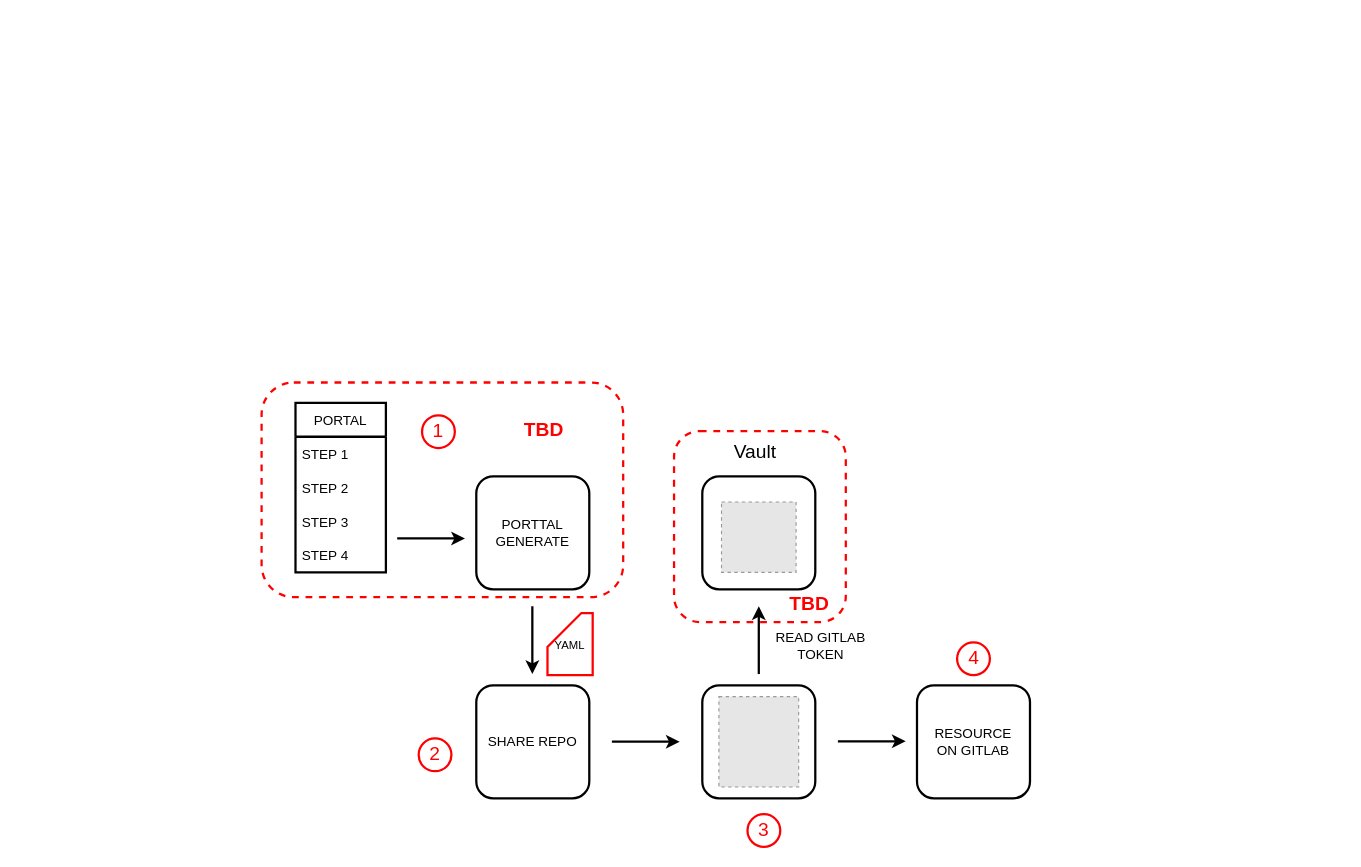
Above: gitlab-auto-resource.drawio in quanhk711/dev-test- (draw.io), before the change. Source tidied: cells renumbered, new cells numbered last; positions are measured from the earlier drawing's top-left corner, leaving out a move shared by most shapes. Both pictures are drawn from the tidied source at 113%, with x=0, y=0 at pixel (261, 382). Pictures stored in the file or linked from it are replaced by grey dashed boxes.
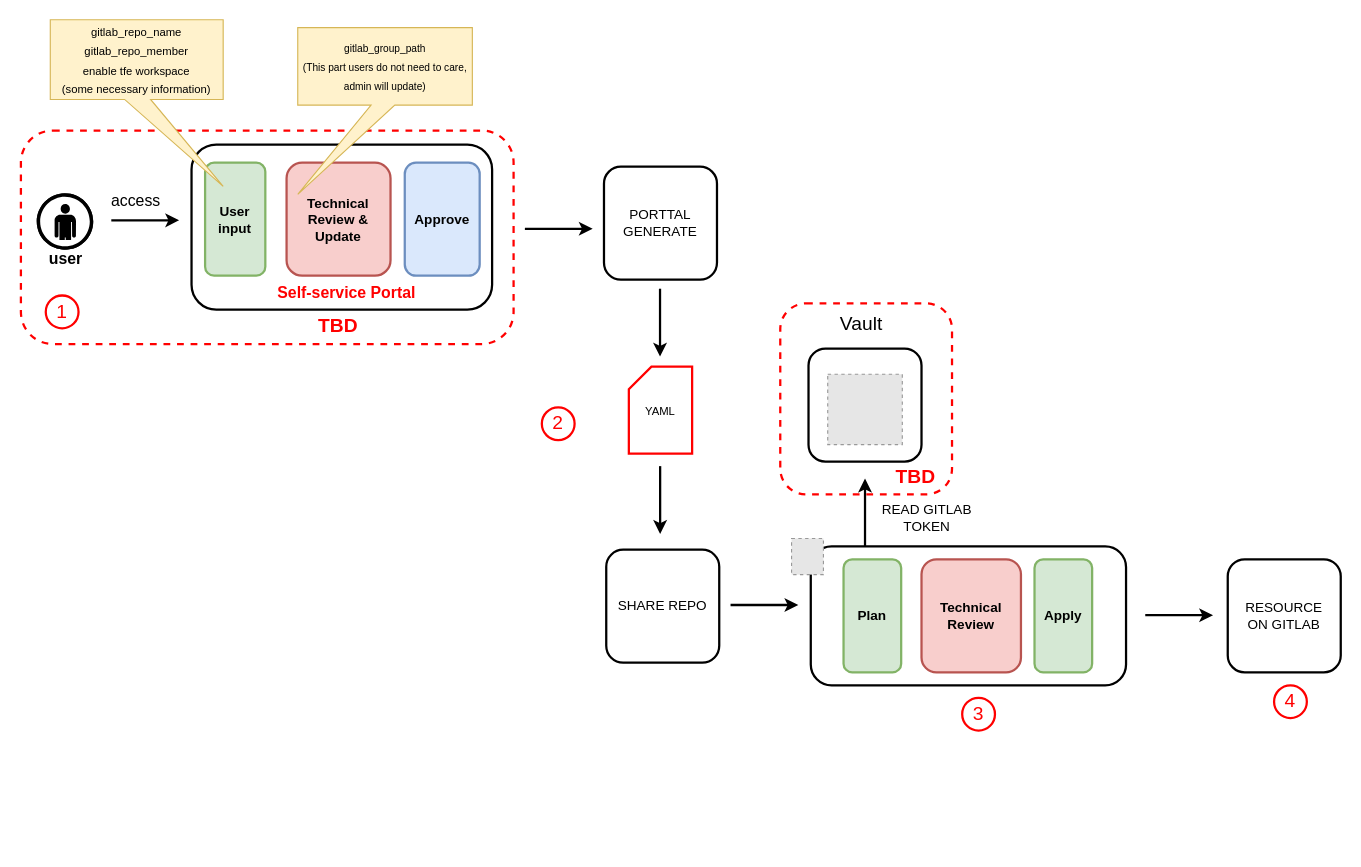
Above is the later version.

Commit message:
Cập nhật gitlab-auto-resource.drawio

Diff of the diagram source:
```diff
@@
+    <mxCell id="20" style="rounded=1;whiteSpace=wrap;html=1;dashed=1;strokeColor=#FF0000;strokeWidth=2;fillColor=none;" parent="1" vertex="1">
+      <mxGeometry x="-213" y="-223" width="436" height="189" as="geometry" />
+    </mxCell>
     <mxCell id="2" style="rounded=1;whiteSpace=wrap;html=1;strokeWidth=2;" parent="1" vertex="1">
-      <mxGeometry x="390" y="83" width="100" height="100" as="geometry" />
+      <mxGeometry x="484" y="-30" width="100" height="100" as="geometry" />
     </mxCell>
-    <mxCell id="3" value="PORTAL" style="swimlane;fontStyle=0;horizontal=1;startSize=30;strokeWidth=2;" parent="1" vertex="1">
-      <mxGeometry x="30" y="18" width="80" height="150" as="geometry" />
-    </mxCell>
-    <mxCell id="4" value="STEP 1" style="text;strokeColor=none;fillColor=none;align=left;verticalAlign=middle;spacingLeft=4;spacingRight=4;overflow=hidden;" parent="3" vertex="1">
-      <mxGeometry y="30" width="80" height="30" as="geometry" />
-    </mxCell>
-    <mxCell id="5" value="STEP 2" style="text;strokeColor=none;fillColor=none;align=left;verticalAlign=middle;spacingLeft=4;spacingRight=4;overflow=hidden;" parent="3" vertex="1">
-      <mxGeometry y="60" width="80" height="30" as="geometry" />
-    </mxCell>
-    <mxCell id="6" value="STEP 3" style="text;strokeColor=none;fillColor=none;align=left;verticalAlign=middle;spacingLeft=4;spacingRight=4;overflow=hidden;" parent="3" vertex="1">
-      <mxGeometry y="90" width="80" height="30" as="geometry" />
-    </mxCell>
-    <mxCell id="7" value="STEP 4" style="text;strokeColor=none;fillColor=none;align=left;verticalAlign=middle;spacingLeft=4;spacingRight=4;overflow=hidden;" parent="3" vertex="1">
-      <mxGeometry y="120" width="80" height="30" as="geometry" />
-    </mxCell>
-    <mxCell id="8" style="group;" parent="1" vertex="1">
-      <mxGeometry x="390" y="268" width="100" height="100" as="geometry" />
-    </mxCell>
-    <mxCell id="9" style="rounded=1;whiteSpace=wrap;html=1;strokeWidth=2;" parent="8" vertex="1">
-      <mxGeometry width="100" height="100" as="geometry" />
-    </mxCell>
-    <mxCell id="10" style="fillColor=#E6E6E6;strokeColor=#999999;dashed=1;verticalLabelPosition=bottom;labelBackgroundColor=default;verticalAlign=top;" parent="8" vertex="1">
-      <mxGeometry x="14.7" y="10" width="70.6" height="80" as="geometry" />
-    </mxCell>
     <mxCell id="11" value="PORTTAL&lt;br&gt;GENERATE" style="rounded=1;whiteSpace=wrap;html=1;strokeWidth=2;" parent="1" vertex="1">
-      <mxGeometry x="190" y="83" width="100" height="100" as="geometry" />
+      <mxGeometry x="303" y="-191" width="100" height="100" as="geometry" />
     </mxCell>
     <mxCell id="12" style="endArrow=classic;html=1;rounded=0;strokeWidth=2;" parent="1" edge="1">
       <mxGeometry relative="1" as="geometry">
-        <mxPoint x="120" y="138" as="sourcePoint" />
-        <mxPoint x="180" y="138" as="targetPoint" />
+        <mxPoint x="233" y="-136" as="sourcePoint" />
+        <mxPoint x="293" y="-136" as="targetPoint" />
       </mxGeometry>
     </mxCell>
     <mxCell id="13" style="endArrow=classic;html=1;rounded=0;strokeWidth=2;" parent="1" edge="1">
       <mxGeometry relative="1" as="geometry">
-        <mxPoint x="239.6" y="198" as="sourcePoint" />
-        <mxPoint x="239.6" y="258" as="targetPoint" />
+        <mxPoint x="352.6" y="-83" as="sourcePoint" />
+        <mxPoint x="352.6" y="-23" as="targetPoint" />
       </mxGeometry>
     </mxCell>
     <mxCell id="14" value="SHARE REPO" style="rounded=1;whiteSpace=wrap;html=1;strokeWidth=2;" parent="1" vertex="1">
-      <mxGeometry x="190" y="268" width="100" height="100" as="geometry" />
+      <mxGeometry x="305" y="148" width="100" height="100" as="geometry" />
     </mxCell>
     <mxCell id="15" style="endArrow=classic;html=1;rounded=0;strokeWidth=2;" parent="1" edge="1">
       <mxGeometry relative="1" as="geometry">
-        <mxPoint x="310" y="317.9" as="sourcePoint" />
-        <mxPoint x="370" y="317.9" as="targetPoint" />
+        <mxPoint x="415" y="196.9" as="sourcePoint" />
+        <mxPoint x="475" y="196.9" as="targetPoint" />
       </mxGeometry>
     </mxCell>
     <mxCell id="16" style="endArrow=classic;html=1;rounded=0;strokeWidth=2;" parent="1" edge="1">
       <mxGeometry relative="1" as="geometry">
-        <mxPoint x="510" y="317.5" as="sourcePoint" />
-        <mxPoint x="570" y="317.5" as="targetPoint" />
+        <mxPoint x="782" y="205.9" as="sourcePoint" />
+        <mxPoint x="842" y="205.9" as="targetPoint" />
       </mxGeometry>
     </mxCell>
     <mxCell id="17" value="RESOURCE&lt;br&gt;ON GITLAB" style="rounded=1;whiteSpace=wrap;html=1;strokeWidth=2;" parent="1" vertex="1">
-      <mxGeometry x="580" y="268" width="100" height="100" as="geometry" />
+      <mxGeometry x="855" y="156.5" width="100" height="100" as="geometry" />
     </mxCell>
     <mxCell id="18" style="endArrow=classic;html=1;rounded=0;strokeWidth=2;" parent="1" edge="1">
       <mxGeometry relative="1" as="geometry">
-        <mxPoint x="440" y="258" as="sourcePoint" />
-        <mxPoint x="440" y="198" as="targetPoint" />
+        <mxPoint x="534" y="145" as="sourcePoint" />
+        <mxPoint x="534" y="85" as="targetPoint" />
       </mxGeometry>
     </mxCell>
     <mxCell id="19" value="READ GITLAB TOKEN" style="text;html=1;strokeColor=none;fillColor=none;align=center;verticalAlign=middle;whiteSpace=wrap;rounded=0;" parent="1" vertex="1">
-      <mxGeometry x="440" y="218" width="110" height="30" as="geometry" />
+      <mxGeometry x="534" y="105" width="110" height="30" as="geometry" />
     </mxCell>
-    <mxCell id="20" style="rounded=1;whiteSpace=wrap;html=1;dashed=1;strokeColor=#FF0000;strokeWidth=2;fillColor=none;" parent="1" vertex="1">
-      <mxGeometry width="320" height="190" as="geometry" />
-    </mxCell>
-    <mxCell id="21" value="&lt;font style=&quot;font-size: 10px;&quot;&gt;YAML&lt;/font&gt;" style="shape=card;whiteSpace=wrap;html=1;strokeColor=#FF0000;strokeWidth=2;fillColor=none;" parent="1" vertex="1">
-      <mxGeometry x="253" y="204" width="40" height="55" as="geometry" />
+    <mxCell id="21" value="&lt;font style=&quot;font-size: 10px;&quot;&gt;YAML&lt;/font&gt;" style="shape=card;whiteSpace=wrap;html=1;strokeColor=#FF0000;strokeWidth=2;fillColor=none;size=20;" parent="1" vertex="1">
+      <mxGeometry x="325" y="-14" width="56" height="77" as="geometry" />
     </mxCell>
     <mxCell id="22" value="&lt;b&gt;&lt;font style=&quot;font-size: 17px;&quot; color=&quot;#ff0000&quot;&gt;TBD&lt;/font&gt;&lt;/b&gt;" style="text;html=1;strokeColor=none;fillColor=none;align=center;verticalAlign=middle;whiteSpace=wrap;rounded=0;strokeWidth=2;fontSize=10;" parent="1" vertex="1">
-      <mxGeometry x="220" y="28" width="60" height="30" as="geometry" />
+      <mxGeometry x="38.1" y="-64" width="60" height="30" as="geometry" />
     </mxCell>
     <mxCell id="23" value="1" style="ellipse;whiteSpace=wrap;html=1;strokeColor=#FF0000;strokeWidth=2;fontSize=17;fontColor=#FF0000;fillColor=none;" parent="1" vertex="1">
-      <mxGeometry x="142" y="29" width="29" height="29" as="geometry" />
+      <mxGeometry x="-191" y="-77" width="29" height="29" as="geometry" />
     </mxCell>
     <mxCell id="24" value="2" style="ellipse;whiteSpace=wrap;html=1;strokeColor=#FF0000;strokeWidth=2;fontSize=17;fontColor=#FF0000;fillColor=none;" parent="1" vertex="1">
-      <mxGeometry x="139" y="315" width="29" height="29" as="geometry" />
+      <mxGeometry x="248" y="22" width="29" height="29" as="geometry" />
     </mxCell>
     <mxCell id="25" value="3" style="ellipse;whiteSpace=wrap;html=1;strokeColor=#FF0000;strokeWidth=2;fontSize=17;fontColor=#FF0000;fillColor=none;" parent="1" vertex="1">
-      <mxGeometry x="430" y="382" width="29" height="29" as="geometry" />
+      <mxGeometry x="620" y="279" width="29" height="29" as="geometry" />
     </mxCell>
     <mxCell id="26" value="4" style="ellipse;whiteSpace=wrap;html=1;strokeColor=#FF0000;strokeWidth=2;fontSize=17;fontColor=#FF0000;fillColor=none;" parent="1" vertex="1">
-      <mxGeometry x="615.5" y="230" width="29" height="29" as="geometry" />
+      <mxGeometry x="896" y="268" width="29" height="29" as="geometry" />
     </mxCell>
     <mxCell id="27" value="&lt;font color=&quot;#000000&quot;&gt;Vault&lt;/font&gt;" style="text;html=1;strokeColor=none;fillColor=none;align=center;verticalAlign=middle;whiteSpace=wrap;rounded=0;strokeWidth=2;fontSize=17;fontColor=#FF0000;" parent="1" vertex="1">
-      <mxGeometry x="407" y="47" width="60" height="30" as="geometry" />
+      <mxGeometry x="501" y="-66" width="60" height="30" as="geometry" />
     </mxCell>
     <mxCell id="28" style="fillColor=#E6E6E6;strokeColor=#999999;dashed=1;verticalLabelPosition=bottom;labelBackgroundColor=default;verticalAlign=top;" parent="1" vertex="1">
-      <mxGeometry x="407" y="105.7" width="66" height="62.3" as="geometry" />
+      <mxGeometry x="501" y="-7.3" width="66" height="62.3" as="geometry" />
     </mxCell>
     <mxCell id="29" style="rounded=1;whiteSpace=wrap;html=1;dashed=1;strokeColor=#FF0000;strokeWidth=2;fillColor=none;" parent="1" vertex="1">
-      <mxGeometry x="365" y="43" width="152" height="169" as="geometry" />
+      <mxGeometry x="459" y="-70" width="152" height="169" as="geometry" />
     </mxCell>
     <mxCell id="30" value="&lt;b&gt;&lt;font style=&quot;font-size: 17px;&quot; color=&quot;#ff0000&quot;&gt;TBD&lt;/font&gt;&lt;/b&gt;" style="text;html=1;strokeColor=none;fillColor=none;align=center;verticalAlign=middle;whiteSpace=wrap;rounded=0;strokeWidth=2;fontSize=10;" parent="1" vertex="1">
-      <mxGeometry x="455" y="182" width="60" height="30" as="geometry" />
+      <mxGeometry x="549" y="69" width="60" height="30" as="geometry" />
     </mxCell>
+    <mxCell id="31" style="endArrow=classic;html=1;rounded=0;strokeWidth=2;" parent="1" edge="1">
+      <mxGeometry relative="1" as="geometry">
+        <mxPoint x="352.7" y="74" as="sourcePoint" />
+        <mxPoint x="352.7" y="134" as="targetPoint" />
+      </mxGeometry>
+    </mxCell>
+    <mxCell id="9" style="rounded=1;whiteSpace=wrap;html=1;strokeWidth=2;" parent="1" vertex="1">
+      <mxGeometry x="486" y="145" width="279" height="123" as="geometry" />
+    </mxCell>
+    <mxCell id="10" style="fillColor=#E6E6E6;strokeColor=#999999;dashed=1;verticalLabelPosition=bottom;labelBackgroundColor=default;verticalAlign=top;" parent="1" vertex="1">
+      <mxGeometry x="469" y="138" width="28.2" height="32" as="geometry" />
+    </mxCell>
+    <mxCell id="32" style="rounded=1;whiteSpace=wrap;html=1;strokeWidth=2;" parent="1" vertex="1">
+      <mxGeometry x="-62" y="-210.5" width="266" height="146" as="geometry" />
+    </mxCell>
+    <mxCell id="33" value="&lt;b&gt;User input&lt;/b&gt;" style="rounded=1;whiteSpace=wrap;html=1;strokeWidth=2;fillColor=#d5e8d4;strokeColor=#82b366;" parent="1" vertex="1">
+      <mxGeometry x="-50" y="-194.5" width="53.3" height="100" as="geometry" />
+    </mxCell>
+    <mxCell id="34" value="&lt;b&gt;Technical Review &amp;amp; Update&lt;/b&gt;" style="rounded=1;whiteSpace=wrap;html=1;strokeWidth=2;fillColor=#f8cecc;strokeColor=#b85450;" parent="1" vertex="1">
+      <mxGeometry x="22.1" y="-194.5" width="92" height="100" as="geometry" />
+    </mxCell>
+    <mxCell id="35" value="&lt;b&gt;Approve&lt;/b&gt;" style="rounded=1;whiteSpace=wrap;html=1;strokeWidth=2;fillColor=#dae8fc;strokeColor=#6c8ebf;" parent="1" vertex="1">
+      <mxGeometry x="126.7" y="-194.5" width="66.3" height="100" as="geometry" />
+    </mxCell>
+    <mxCell id="36" value="&lt;b&gt;&lt;font color=&quot;#ff0000&quot; style=&quot;font-size: 14px;&quot;&gt;Self-service Portal&lt;/font&gt;&lt;/b&gt;" style="text;html=1;strokeColor=none;fillColor=none;align=center;verticalAlign=middle;whiteSpace=wrap;rounded=0;" parent="1" vertex="1">
+      <mxGeometry x="-13" y="-94.5" width="177" height="30" as="geometry" />
+    </mxCell>
+    <mxCell id="37" style="group;" parent="1" vertex="1">
+      <mxGeometry x="-203" y="-176.5" width="130" height="82" as="geometry" />
+    </mxCell>
+    <mxCell id="38" style="group;" parent="37" vertex="1">
+      <mxGeometry y="9" width="60" height="73" as="geometry" />
+    </mxCell>
+    <mxCell id="39" style="verticalLabelPosition=bottom;sketch=0;html=1;fillColor=#000000;strokeColor=#ffffff;verticalAlign=top;align=center;shape=mxgraph.cisco_safe.compositeIcon;bgIcon=ellipse;resIcon=mxgraph.cisco_safe.design.user;" parent="38" vertex="1">
+      <mxGeometry x="4" width="50" height="50" as="geometry" />
+    </mxCell>
+    <mxCell id="40" value="&lt;b&gt;&lt;font style=&quot;font-size: 14px;&quot;&gt;user&lt;/font&gt;&lt;/b&gt;" style="text;html=1;strokeColor=none;fillColor=none;align=center;verticalAlign=middle;whiteSpace=wrap;rounded=0;" parent="38" vertex="1">
+      <mxGeometry y="43" width="60" height="30" as="geometry" />
+    </mxCell>
+    <mxCell id="41" style="endArrow=classic;html=1;rounded=0;strokeWidth=2;" parent="37" edge="1">
+      <mxGeometry relative="1" as="geometry">
+        <mxPoint x="70" y="33" as="sourcePoint" />
+        <mxPoint x="130" y="33" as="targetPoint" />
+      </mxGeometry>
+    </mxCell>
+    <mxCell id="42" value="&lt;font style=&quot;font-size: 14px;&quot;&gt;access&lt;/font&gt;" style="text;html=1;strokeColor=none;fillColor=none;align=center;verticalAlign=middle;whiteSpace=wrap;rounded=0;" parent="37" vertex="1">
+      <mxGeometry x="62" width="60" height="30" as="geometry" />
+    </mxCell>
+    <mxCell id="43" value="&lt;font style=&quot;font-size: 10px;&quot;&gt;&lt;font style=&quot;font-size: 10px;&quot;&gt;gitlab_repo_name&lt;/font&gt;&lt;br&gt;&lt;font style=&quot;font-size: 10px;&quot;&gt;gitlab_repo_member&lt;/font&gt;&lt;br&gt;&lt;font style=&quot;font-size: 10px;&quot;&gt;enable tfe workspace&lt;/font&gt;&lt;br&gt;&lt;font style=&quot;font-size: 10px;&quot;&gt;(some necessary information)&lt;/font&gt;&lt;br&gt;&lt;/font&gt;" style="shape=callout;whiteSpace=wrap;html=1;perimeter=calloutPerimeter;fontSize=14;fillColor=#fff2cc;strokeColor=#d6b656;position2=1;size=77;position=0.43;base=23;" parent="1" vertex="1">
+      <mxGeometry x="-187" y="-321" width="153" height="147.5" as="geometry" />
+    </mxCell>
+    <mxCell id="44" value="&lt;font style=&quot;font-size: 9px;&quot;&gt;gitlab_group_path&lt;br&gt;(This part users do not need to care, admin will update)&lt;/font&gt;" style="shape=callout;whiteSpace=wrap;html=1;perimeter=calloutPerimeter;fontSize=14;fillColor=#fff2cc;strokeColor=#d6b656;position2=0;size=79;position=0.42;base=21;" parent="1" vertex="1">
+      <mxGeometry x="32" y="-314" width="154.5" height="147.5" as="geometry" />
+    </mxCell>
+    <mxCell id="45" value="&lt;b&gt;Plan&lt;/b&gt;" style="rounded=1;whiteSpace=wrap;html=1;strokeWidth=2;fillColor=#d5e8d4;strokeColor=#82b366;" parent="1" vertex="1">
+      <mxGeometry x="515" y="156.5" width="51" height="100" as="geometry" />
+    </mxCell>
+    <mxCell id="46" value="&lt;b&gt;Technical Review&lt;/b&gt;" style="rounded=1;whiteSpace=wrap;html=1;strokeWidth=2;fillColor=#f8cecc;strokeColor=#b85450;" parent="1" vertex="1">
+      <mxGeometry x="584" y="156.5" width="88" height="100" as="geometry" />
+    </mxCell>
+    <mxCell id="47" value="&lt;b&gt;Apply&lt;/b&gt;" style="rounded=1;whiteSpace=wrap;html=1;strokeWidth=2;fillColor=#d5e8d4;strokeColor=#82b366;" parent="1" vertex="1">
+      <mxGeometry x="684" y="156.5" width="51" height="100" as="geometry" />
+    </mxCell>
```
